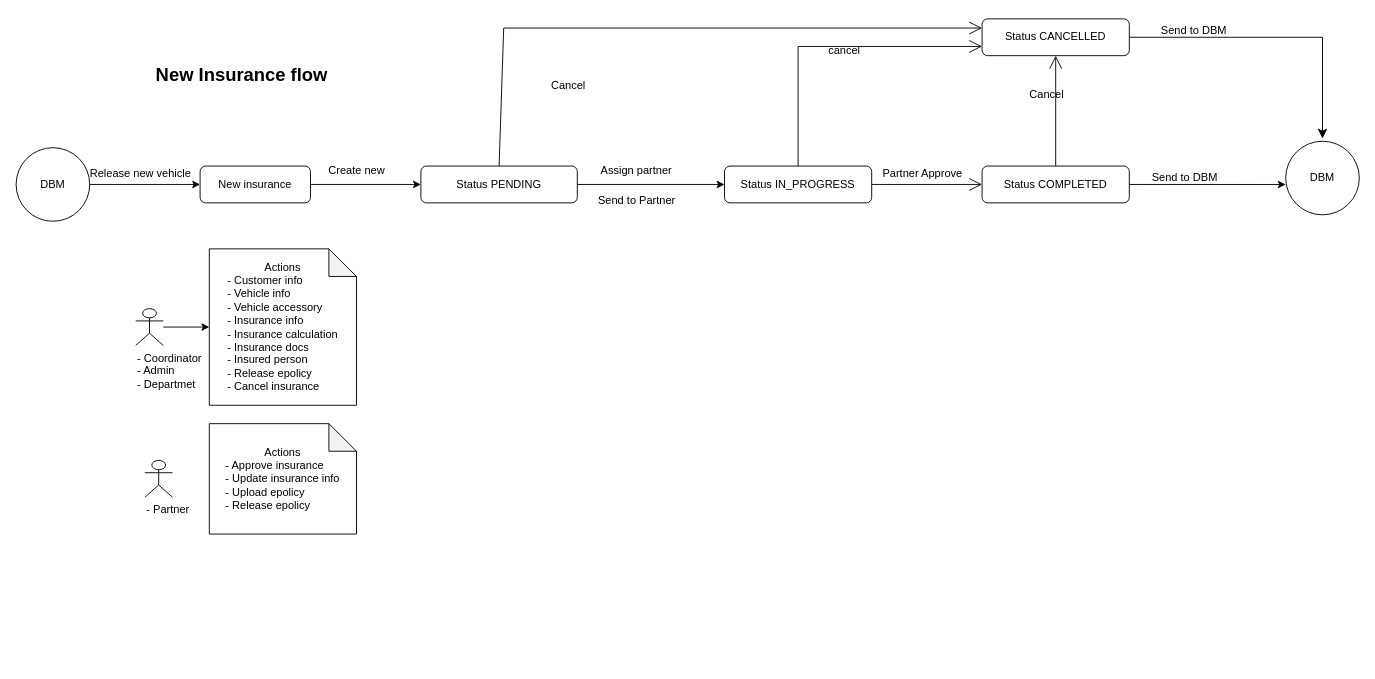
The draw.io diagram page "Page-9" (9 of 9) of Untitled Diagram.drawio in hoa89nguyen/testGIT, before the edit. Source tidied: cells renumbered, new cells numbered last; positions are measured from the earlier drawing's top-left corner, leaving out a move shared by most shapes. Both pictures are drawn from the tidied source at 92%, with x=0, y=0 at pixel (16, 17).
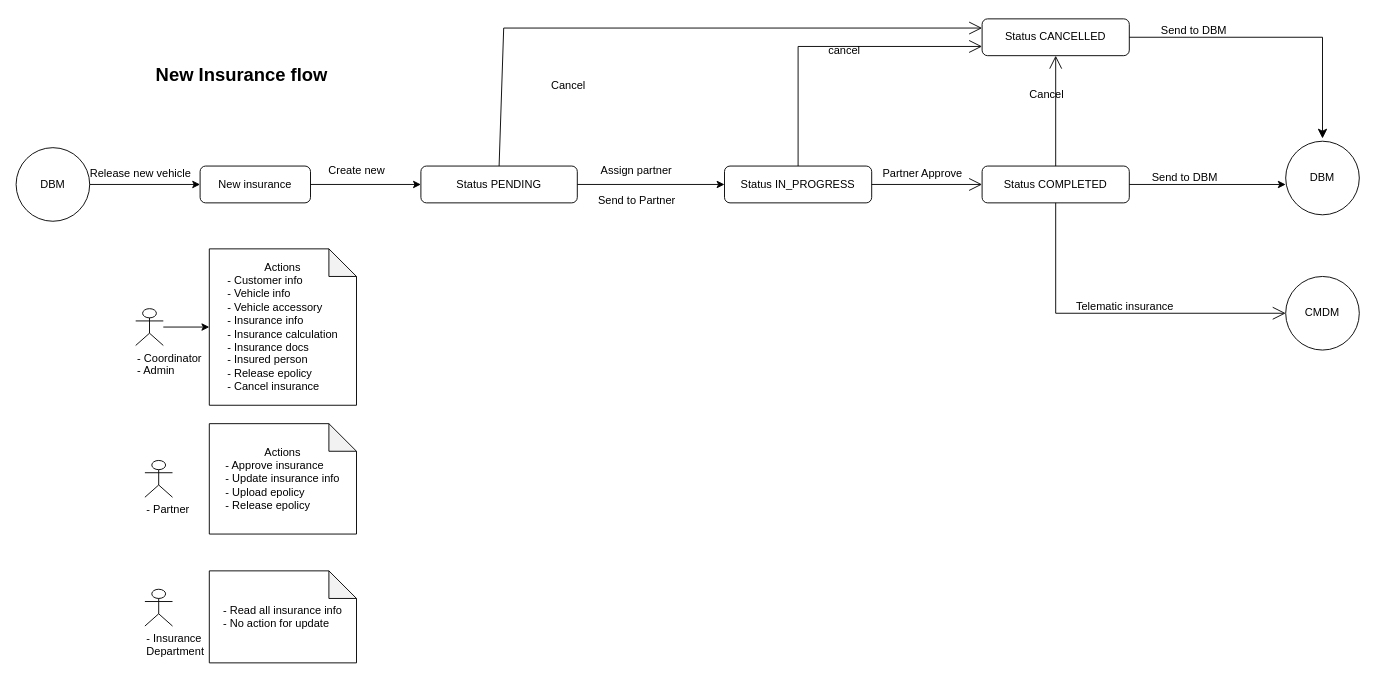
After the change.

The change refers to these unchanged cells:
```xml
<mxCell id="21" value="Status COMPLETED" style="rounded=1;whiteSpace=wrap;html=1;" parent="1" vertex="1">
  <mxGeometry x="1050" y="162" width="160" height="40" as="geometry" />
</mxCell>
```

Change to the diagram source:
```diff
@@
-    <mxCell id="11" value="- Coordinator&lt;br&gt;- Admin&lt;br&gt;- Departmet" style="shape=umlActor;verticalLabelPosition=bottom;verticalAlign=top;html=1;outlineConnect=0;align=left;" parent="1" vertex="1">
+    <mxCell id="11" value="- Coordinator&lt;br&gt;- Admin" style="shape=umlActor;verticalLabelPosition=bottom;verticalAlign=top;html=1;outlineConnect=0;align=left;" parent="1" vertex="1">
       <mxGeometry x="130" y="317" width="30" height="40" as="geometry" />
     </mxCell>
@@
+    <mxCell id="35" value="- Read all insurance info&lt;br&gt;&lt;div style=&quot;text-align: left;&quot;&gt;&lt;span style=&quot;background-color: transparent; color: light-dark(rgb(0, 0, 0), rgb(255, 255, 255));&quot;&gt;- No action for update&lt;/span&gt;&lt;/div&gt;" style="shape=note;whiteSpace=wrap;html=1;backgroundOutline=1;darkOpacity=0.05;" parent="1" vertex="1">
+      <mxGeometry x="210" y="602" width="160" height="100" as="geometry" />
+    </mxCell>
+    <mxCell id="36" value="- Insurance &lt;br&gt;Department" style="shape=umlActor;verticalLabelPosition=bottom;verticalAlign=top;html=1;align=left;" parent="1" vertex="1">
+      <mxGeometry x="140" y="622" width="30" height="40" as="geometry" />
+    </mxCell>
+    <mxCell id="37" value="CMDM" style="ellipse;whiteSpace=wrap;html=1;" parent="1" vertex="1">
+      <mxGeometry x="1380" y="282" width="80" height="80" as="geometry" />
+    </mxCell>
+    <mxCell id="38" style="endArrow=open;endFill=1;endSize=12;html=1;rounded=0;exitX=0.5;exitY=1;exitDx=0;exitDy=0;entryX=0;entryY=0.5;entryDx=0;entryDy=0;" parent="1" edge="1" source="21" target="37">
+      <mxGeometry relative="1" as="geometry">
+        <Array as="points">
+          <mxPoint x="1130" y="322" />
+        </Array>
+      </mxGeometry>
+    </mxCell>
+    <mxCell id="39" value="Telematic insurance" style="text;html=1;align=center;verticalAlign=middle;strokeColor=none;fillColor=none;" parent="1" vertex="1">
+      <mxGeometry x="1140" y="300" width="130" height="30" as="geometry" />
+    </mxCell>
```
